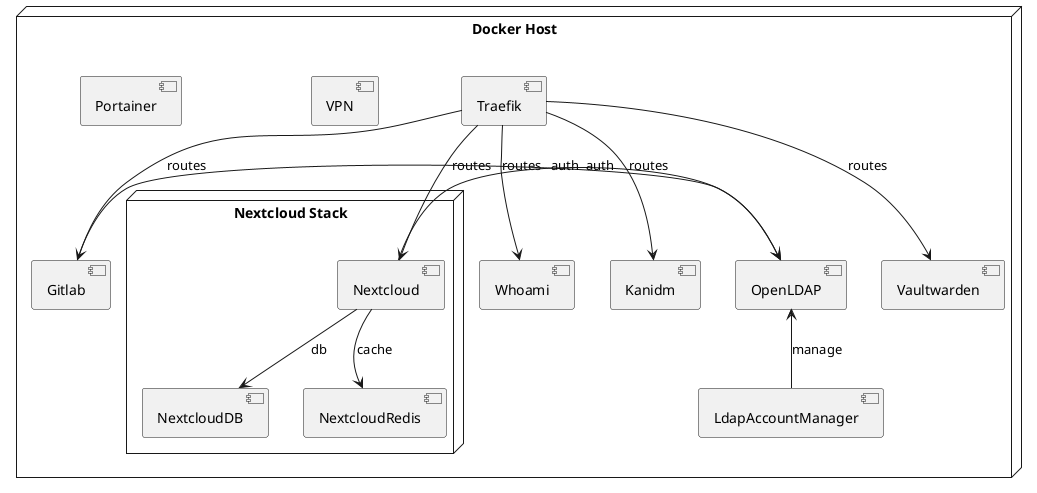
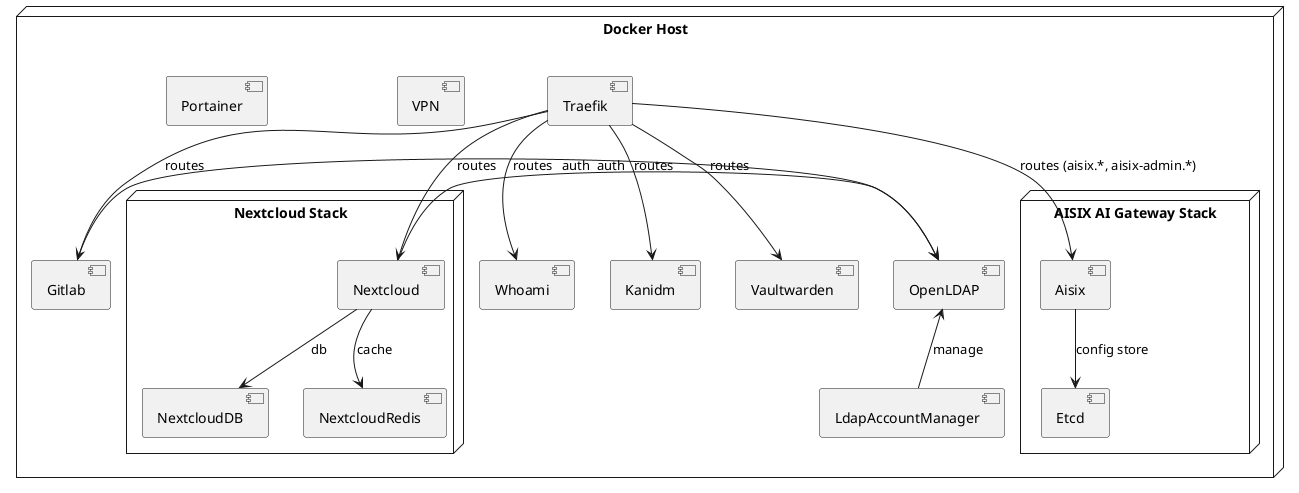
@startuml Deployment Diagram

!define TraefikNode component
!define ServiceNode component

node "Docker Host" {
    TraefikNode Traefik
    ServiceNode Whoami
    ServiceNode OpenLDAP
    ServiceNode LdapAccountManager
    ServiceNode Kanidm
    ServiceNode Gitlab
    node "Nextcloud Stack" {
        ServiceNode Nextcloud
        ServiceNode NextcloudDB
        ServiceNode NextcloudRedis
    }
    ServiceNode Vaultwarden
    ServiceNode VPN
    ServiceNode Portainer
+     node "AISIX AI Gateway Stack" {
+         ServiceNode Aisix
+         ServiceNode Etcd
+     }

    Traefik -down-> Whoami : routes
    Traefik -down-> Kanidm : routes
    Traefik -down-> Gitlab : routes
    Traefik -down-> Nextcloud : routes
    Traefik -down-> Vaultwarden : routes
+     Traefik -down-> Aisix : routes (aisix.*, aisix-admin.*)

    Gitlab -left-> OpenLDAP : auth
    Nextcloud -right-> OpenLDAP : auth
    LdapAccountManager -up-> OpenLDAP : manage

    Nextcloud -down-> NextcloudDB : db
    Nextcloud -down-> NextcloudRedis : cache
+ 
+     Aisix -down-> Etcd : config store
}

@enduml
